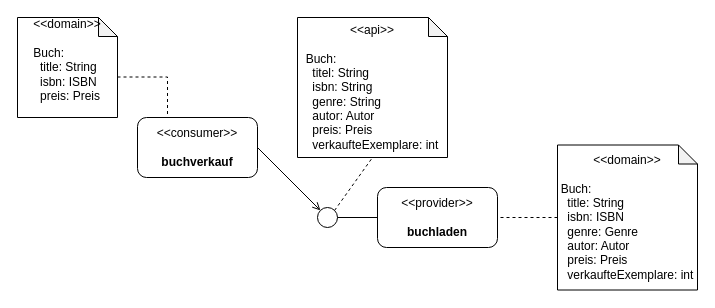
Above: docs/gesamt.drawio in sneufeind/buchladen (draw.io), before the change. Source tidied: cells renumbered, new cells numbered last; positions are measured from the earlier drawing's top-left corner, leaving out a move shared by most shapes. Both pictures are drawn from the tidied source at 100%, with x=0, y=0 at pixel (17, 17).
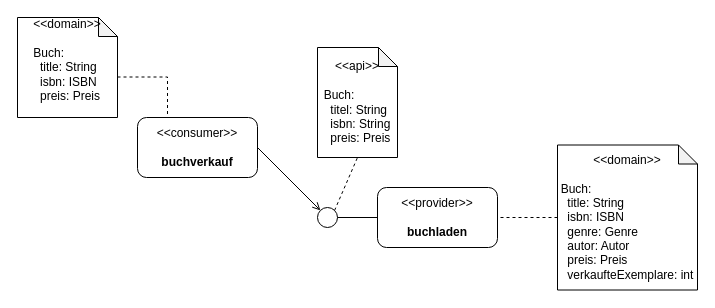
The same page after the edit.

Diff of the diagram source:
```diff
@@
 <mxGraphModel>
   <root>
     <mxCell id="0" />
     <mxCell id="1" parent="0" />
     <mxCell id="2" value="&amp;lt;&amp;lt;consumer&amp;gt;&amp;gt;&lt;br style=&quot;font-size: 7px&quot;&gt;&lt;br style=&quot;font-size: 7px&quot;&gt;&lt;b&gt;buchverkauf&lt;/b&gt;" style="rounded=1;whiteSpace=wrap;html=1;" parent="1" vertex="1">
       <mxGeometry x="120" y="100" width="120" height="60" as="geometry" />
     </mxCell>
     <mxCell id="3" style="group;" parent="1" vertex="1">
       <mxGeometry x="300" y="170" width="180" height="60" as="geometry" />
     </mxCell>
     <mxCell id="4" value="&amp;lt;&amp;lt;provider&amp;gt;&amp;gt;&lt;br style=&quot;font-size: 7px&quot;&gt;&lt;br style=&quot;font-size: 7px&quot;&gt;&lt;b&gt;buchladen&lt;/b&gt;" style="rounded=1;whiteSpace=wrap;html=1;" parent="3" vertex="1">
       <mxGeometry x="60" width="120" height="60" as="geometry" />
     </mxCell>
     <mxCell id="5" style="ellipse;whiteSpace=wrap;html=1;" parent="3" vertex="1">
       <mxGeometry y="20" width="20" height="20" as="geometry" />
     </mxCell>
     <mxCell id="6" style="endArrow=none;html=1;entryX=0;entryY=0.5;entryDx=0;entryDy=0;exitX=1;exitY=0.5;exitDx=0;exitDy=0;" parent="3" edge="1" source="5" target="4">
       <mxGeometry relative="1" as="geometry" />
     </mxCell>
     <mxCell id="7" style="endArrow=open;html=1;exitX=1;exitY=0.5;exitDx=0;exitDy=0;entryX=0;entryY=0;entryDx=0;entryDy=0;endFill=0;" parent="1" edge="1" source="2" target="5">
       <mxGeometry relative="1" as="geometry" />
     </mxCell>
     <mxCell id="8" style="edgeStyle=orthogonalEdgeStyle;rounded=0;jettySize=auto;html=1;exitX=0;exitY=0.5;exitDx=0;exitDy=0;exitPerimeter=0;endArrow=none;endFill=0;dashed=1;" parent="1" edge="1" source="9" target="4">
       <mxGeometry relative="1" as="geometry">
         <Array as="points">
           <mxPoint x="540" y="200" />
           <mxPoint x="540" y="200" />
         </Array>
       </mxGeometry>
     </mxCell>
     <mxCell id="9" value="&amp;lt;&amp;lt;domain&amp;gt;&amp;gt;&lt;br&gt;&lt;br&gt;&lt;div style=&quot;text-align: left&quot;&gt;&lt;span&gt;Buch:&lt;/span&gt;&lt;/div&gt;&lt;div style=&quot;text-align: left&quot;&gt;&lt;span&gt;&amp;nbsp; title: String&lt;/span&gt;&lt;/div&gt;&lt;div style=&quot;text-align: left&quot;&gt;&lt;span&gt;&amp;nbsp; isbn: ISBN&lt;/span&gt;&lt;/div&gt;&lt;div style=&quot;text-align: left&quot;&gt;&lt;span&gt;&amp;nbsp; genre: Genre&lt;/span&gt;&lt;/div&gt;&lt;div style=&quot;text-align: left&quot;&gt;&lt;span&gt;&amp;nbsp; autor: Autor&lt;/span&gt;&lt;/div&gt;&lt;div style=&quot;text-align: left&quot;&gt;&amp;nbsp; preis: Preis&lt;span&gt;&lt;br&gt;&lt;/span&gt;&lt;/div&gt;&lt;div style=&quot;text-align: left&quot;&gt;&amp;nbsp; verkaufteExemplare: int&lt;span&gt;&lt;br&gt;&lt;/span&gt;&lt;/div&gt;" style="shape=note;whiteSpace=wrap;html=1;backgroundOutline=1;darkOpacity=0.05;size=19;" parent="1" vertex="1">
       <mxGeometry x="540" y="127.5" width="140" height="145" as="geometry" />
     </mxCell>
     <mxCell id="10" style="edgeStyle=orthogonalEdgeStyle;rounded=0;jettySize=auto;html=1;exitX=0;exitY=0;exitDx=100;exitDy=59.5;exitPerimeter=0;dashed=1;endArrow=none;endFill=0;entryX=0.25;entryY=0;entryDx=0;entryDy=0;" parent="1" edge="1" source="11" target="2">
       <mxGeometry relative="1" as="geometry" />
     </mxCell>
     <mxCell id="11" value="&amp;lt;&amp;lt;domain&amp;gt;&amp;gt;&lt;br&gt;&lt;br&gt;&lt;div style=&quot;text-align: left&quot;&gt;&lt;span&gt;Buch:&lt;/span&gt;&lt;/div&gt;&lt;div style=&quot;text-align: left&quot;&gt;&lt;span&gt;&amp;nbsp; title: String&lt;/span&gt;&lt;/div&gt;&lt;div style=&quot;text-align: left&quot;&gt;&lt;span&gt;&amp;nbsp; isbn: ISBN&lt;/span&gt;&lt;/div&gt;&lt;div style=&quot;text-align: left&quot;&gt;&amp;nbsp; preis: Preis&lt;span&gt;&lt;br&gt;&lt;/span&gt;&lt;/div&gt;&lt;div style=&quot;text-align: left&quot;&gt;&lt;span&gt;&lt;br&gt;&lt;/span&gt;&lt;/div&gt;" style="shape=note;whiteSpace=wrap;html=1;backgroundOutline=1;darkOpacity=0.05;size=19;" parent="1" vertex="1">
       <mxGeometry width="100" height="100" as="geometry" />
     </mxCell>
-    <mxCell id="12" value="&amp;lt;&amp;lt;api&amp;gt;&amp;gt;&lt;br&gt;&lt;br&gt;&lt;div style=&quot;text-align: left&quot;&gt;&lt;span&gt;Buch:&lt;/span&gt;&lt;/div&gt;&lt;div style=&quot;text-align: left&quot;&gt;&lt;span&gt;&amp;nbsp; titel: String&lt;/span&gt;&lt;/div&gt;&lt;div style=&quot;text-align: left&quot;&gt;&lt;span&gt;&amp;nbsp; isbn: String&lt;/span&gt;&lt;/div&gt;&lt;div style=&quot;text-align: left&quot;&gt;&lt;span&gt;&amp;nbsp; genre: String&lt;/span&gt;&lt;/div&gt;&lt;div style=&quot;text-align: left&quot;&gt;&lt;span&gt;&amp;nbsp; autor: Autor&lt;/span&gt;&lt;/div&gt;&lt;div style=&quot;text-align: left&quot;&gt;&amp;nbsp; preis: Preis&lt;span&gt;&lt;br&gt;&lt;/span&gt;&lt;/div&gt;&lt;div style=&quot;text-align: left&quot;&gt;&lt;span&gt;&amp;nbsp; verkaufteExemplare: int&lt;/span&gt;&lt;/div&gt;" style="shape=note;whiteSpace=wrap;html=1;backgroundOutline=1;darkOpacity=0.05;size=19;" parent="1" vertex="1">
-      <mxGeometry x="280" width="150" height="140" as="geometry" />
+    <mxCell id="12" value="&amp;lt;&amp;lt;api&amp;gt;&amp;gt;&lt;br&gt;&lt;br&gt;&lt;div style=&quot;text-align: left&quot;&gt;&lt;span&gt;Buch:&lt;/span&gt;&lt;/div&gt;&lt;div style=&quot;text-align: left&quot;&gt;&lt;span&gt;&amp;nbsp; titel: String&lt;/span&gt;&lt;/div&gt;&lt;div style=&quot;text-align: left&quot;&gt;&lt;span&gt;&amp;nbsp; isbn: String&lt;/span&gt;&lt;/div&gt;&lt;div style=&quot;text-align: left&quot;&gt;&lt;span&gt;&amp;nbsp; preis: Preis&lt;/span&gt;&lt;/div&gt;" style="shape=note;whiteSpace=wrap;html=1;backgroundOutline=1;darkOpacity=0.05;size=19;" parent="1" vertex="1">
+      <mxGeometry x="300" y="30" width="80" height="110" as="geometry" />
     </mxCell>
     <mxCell id="13" style="endArrow=none;dashed=1;html=1;entryX=0.5;entryY=1;entryDx=0;entryDy=0;entryPerimeter=0;exitX=1;exitY=0;exitDx=0;exitDy=0;" parent="1" edge="1" source="5" target="12">
       <mxGeometry relative="1" as="geometry" />
     </mxCell>
   </root>
 </mxGraphModel>
```
